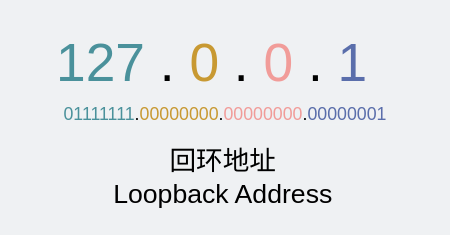
Before: network/回环地址.drawio in xiaobaiTech/image, a draw.io diagram. Source tidied: cells renumbered, new cells numbered last; positions are measured from the earlier drawing's top-left corner, leaving out a move shared by most shapes. Both pictures are drawn from the tidied source at 148%, with x=0, y=0 at pixel (25, 25).
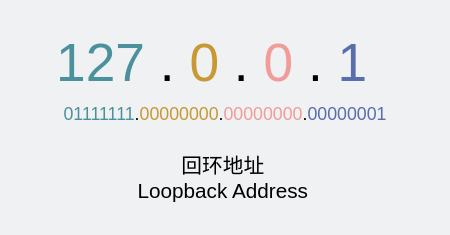
After the change.

What changed in the source:
```diff
@@
 <mxGraphModel background="#EFF1F3">
   <root>
     <mxCell id="0" />
     <mxCell id="1" parent="0" />
     <mxCell id="2" value="&lt;font style=&quot;font-size: 36px&quot;&gt;&lt;font color=&quot;#4a919b&quot;&gt;127&amp;nbsp;&lt;/font&gt;.&amp;nbsp;&lt;font color=&quot;#c89932&quot;&gt;0&amp;nbsp;&lt;/font&gt;.&amp;nbsp;&lt;font color=&quot;#f19c99&quot;&gt;0&amp;nbsp;&lt;/font&gt;.&amp;nbsp;&lt;font color=&quot;#5a6eab&quot;&gt;1&amp;nbsp;&lt;/font&gt;&lt;/font&gt;" style="text;html=1;strokeColor=none;fillColor=none;align=center;verticalAlign=middle;whiteSpace=wrap;rounded=0;" parent="1" vertex="1">
       <mxGeometry width="262" height="50" as="geometry" />
     </mxCell>
     <mxCell id="3" value="&lt;font style=&quot;font-size: 12px ; background-color: rgb(239 , 241 , 243)&quot;&gt;&lt;font color=&quot;#4a919b&quot;&gt;01111111&lt;/font&gt;.&lt;font color=&quot;#c89932&quot;&gt;00000000&lt;/font&gt;.&lt;font color=&quot;#f19c99&quot;&gt;00000000&lt;/font&gt;.&lt;font color=&quot;#5a6eab&quot;&gt;00000001&lt;/font&gt;&lt;/font&gt;" style="text;html=1;strokeColor=none;fillColor=none;align=center;verticalAlign=middle;whiteSpace=wrap;rounded=0;" parent="1" vertex="1">
       <mxGeometry y="50" width="270" height="20" as="geometry" />
     </mxCell>
-    <mxCell id="4" value="&lt;font&gt;&lt;font style=&quot;font-size: 18px&quot;&gt;回环地址&lt;br&gt;Loopback Address&lt;/font&gt;&lt;br&gt;&lt;/font&gt;" style="text;html=1;strokeColor=none;fillColor=none;align=center;verticalAlign=middle;whiteSpace=wrap;rounded=0;" parent="1" vertex="1">
+    <mxCell id="4" value="&lt;font&gt;&lt;font style=&quot;font-size: 14px&quot;&gt;回环地址&lt;br&gt;Loopback Address&lt;/font&gt;&lt;br&gt;&lt;/font&gt;" style="text;html=1;strokeColor=none;fillColor=none;align=center;verticalAlign=middle;whiteSpace=wrap;rounded=0;" parent="1" vertex="1">
       <mxGeometry x="34" y="93" width="198.8" height="20" as="geometry" />
     </mxCell>
   </root>
 </mxGraphModel>
```
